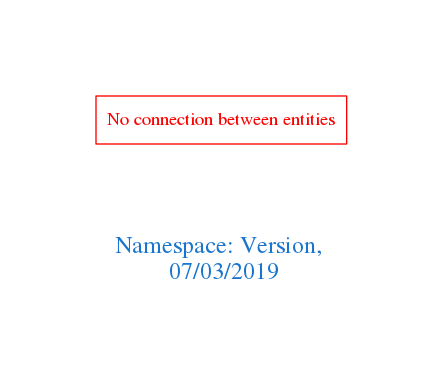
Above: downloads/Version.png in arago/OGIT (Graphviz), before the change. Its source is kept beside it as downloads/Version.dot.
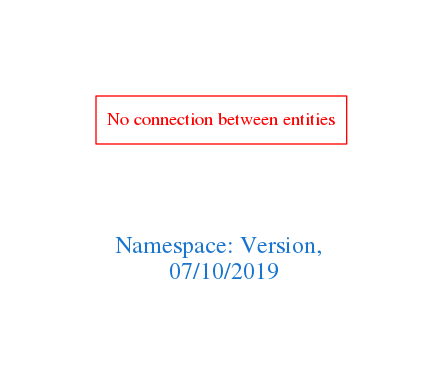
The same diagram one commit later.

What changed in the source:
```diff
@@ -1,7 +1,7 @@
 digraph OGIT_ontology {
  graph [ rankdir= LR,pad=1
 fontsize = 18,
-fontcolor= dodgerblue3,label = "\n\n\nNamespace: Version, \n 07/03/2019"];
+fontcolor= dodgerblue3,label = "\n\n\nNamespace: Version, \n 07/10/2019"];
 node[shape=polygon];
 edge [  color="gray81"];
 
```
